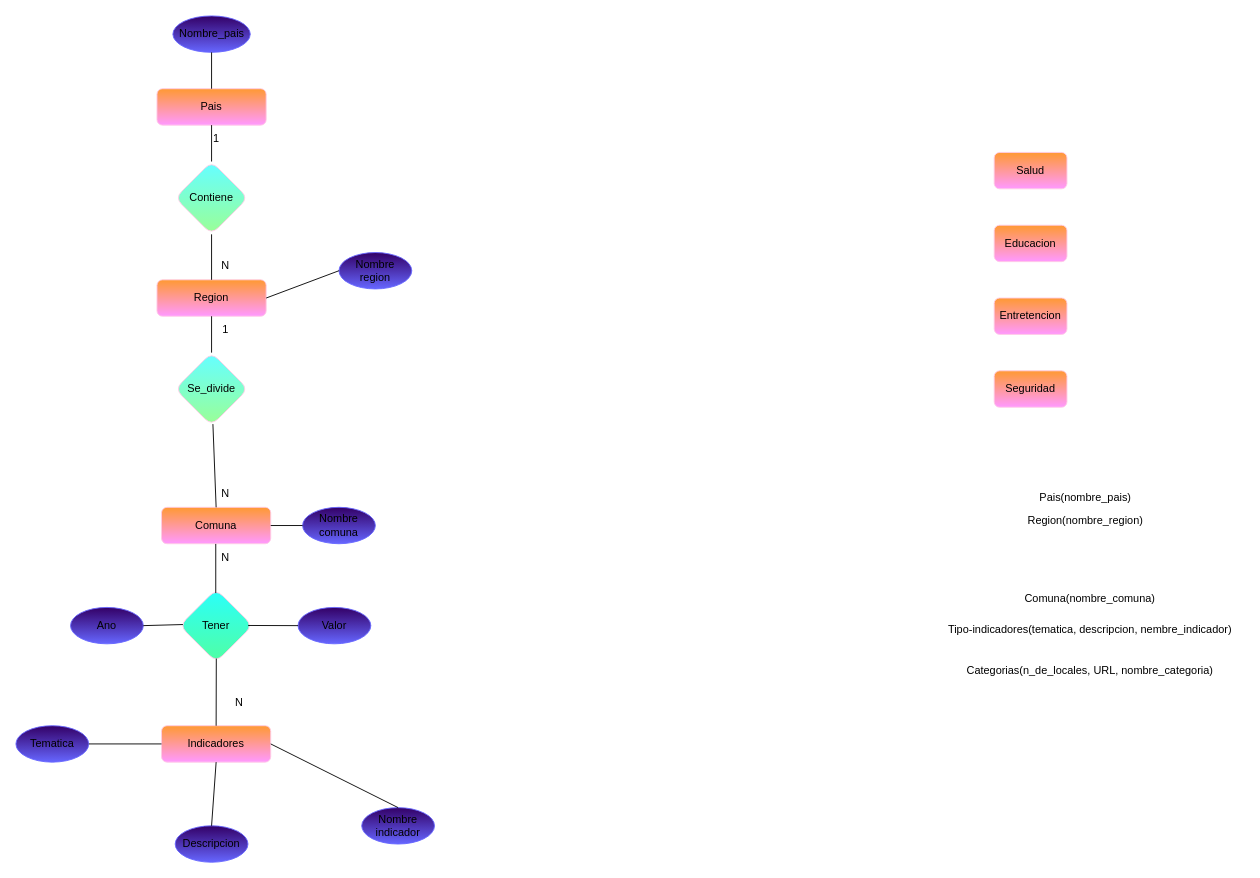
Above: Parte-B/documents/Modelorelacional.drawio in Paskiben/INFO133-equipo12 (draw.io), before the change. Source tidied: cells renumbered, new cells numbered last; positions are measured from the earlier drawing's top-left corner, leaving out a move shared by most shapes. Both pictures are drawn from the tidied source at 91%, with x=0, y=0 at pixel (15, 15).
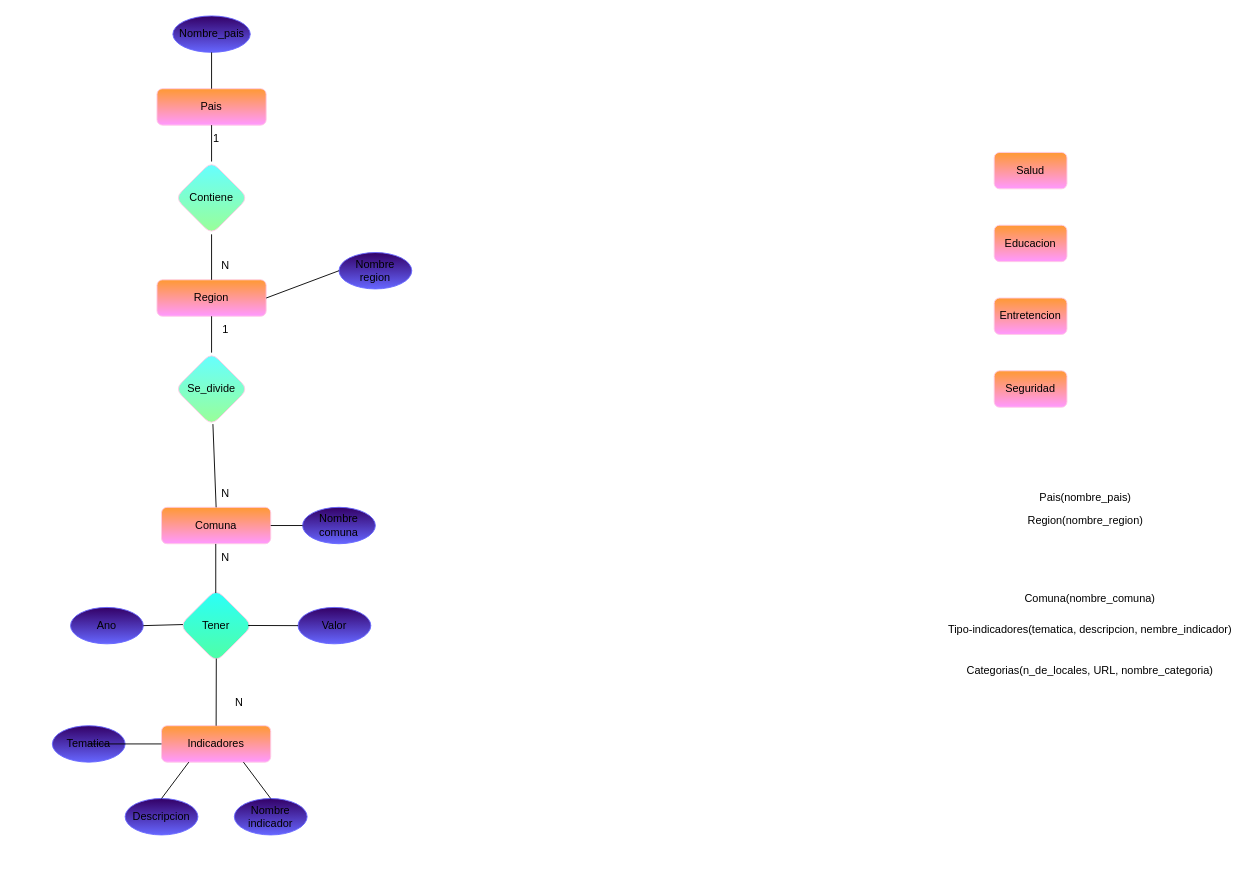
After the change.

Unchanged cells that the change refers to:
```xml
<mxCell id="15" value="Indicadores" style="rounded=1;whiteSpace=wrap;html=1;fillColor=#FF99FF;strokeColor=#FFCCE6;fontColor=#000000;gradientColor=#FF9933;gradientDirection=north;glass=0;shadow=0;" parent="1" vertex="1">
  <mxGeometry x="160" y="780" width="120" height="40" as="geometry" />
</mxCell>
```

Change to the diagram source:
```diff
@@
     <mxCell id="16" value="Nombre indicador" style="ellipse;whiteSpace=wrap;html=1;fillColor=#330066;gradientColor=#6666FF;strokeColor=#6666FF;gradientDirection=south;" parent="1" vertex="1">
-      <mxGeometry x="380" y="870" width="80" height="40" as="geometry" />
+      <mxGeometry x="240" y="860" width="80" height="40" as="geometry" />
     </mxCell>
     <mxCell id="17" value="Descripcion" style="ellipse;whiteSpace=wrap;html=1;fillColor=#330066;gradientColor=#6666FF;strokeColor=#6666FF;gradientDirection=south;" parent="1" vertex="1">
-      <mxGeometry x="175" y="890" width="80" height="40" as="geometry" />
+      <mxGeometry x="120" y="860" width="80" height="40" as="geometry" />
     </mxCell>
-    <mxCell id="18" style="endArrow=none;html=1;fontFamily=Helvetica;fontSize=12;fontColor=#000000;entryX=0.5;entryY=0;entryDx=0;entryDy=0;exitX=1;exitY=0.5;exitDx=0;exitDy=0;" parent="1" edge="1" source="15" target="16">
+    <mxCell id="18" style="endArrow=none;html=1;fontFamily=Helvetica;fontSize=12;fontColor=#000000;entryX=0.5;entryY=0;entryDx=0;entryDy=0;exitX=0.75;exitY=1;exitDx=0;exitDy=0;" parent="1" edge="1" source="15" target="16">
       <mxGeometry relative="1" as="geometry" />
     </mxCell>
-    <mxCell id="19" style="endArrow=none;html=1;fontFamily=Helvetica;fontSize=12;fontColor=#000000;entryX=0.5;entryY=1;entryDx=0;entryDy=0;exitX=0.5;exitY=0;exitDx=0;exitDy=0;" parent="1" edge="1" source="17" target="15">
+    <mxCell id="19" style="endArrow=none;html=1;fontFamily=Helvetica;fontSize=12;fontColor=#000000;entryX=0.25;entryY=1;entryDx=0;entryDy=0;exitX=0.5;exitY=0;exitDx=0;exitDy=0;" parent="1" edge="1" source="17" target="15">
       <mxGeometry relative="1" as="geometry" />
     </mxCell>
@@
     <mxCell id="38" value="Tematica" style="ellipse;whiteSpace=wrap;html=1;fillColor=#330066;gradientColor=#6666FF;strokeColor=#6666FF;gradientDirection=south;" parent="1" vertex="1">
-      <mxGeometry y="780" width="80" height="40" as="geometry" />
+      <mxGeometry x="40" y="780" width="80" height="40" as="geometry" />
     </mxCell>
```
